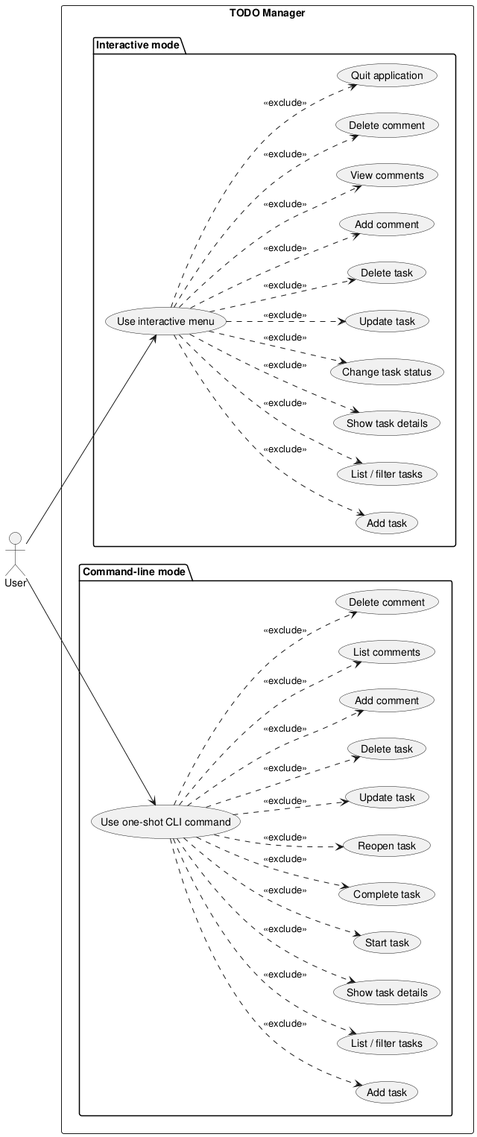
Earlier version of the PlantUML export experiments/supervisor_as_tools/test_driven/TODO/artifacts/use_case_diagram.png (DanielRiha8906/Software_autoevolution_using_agents).
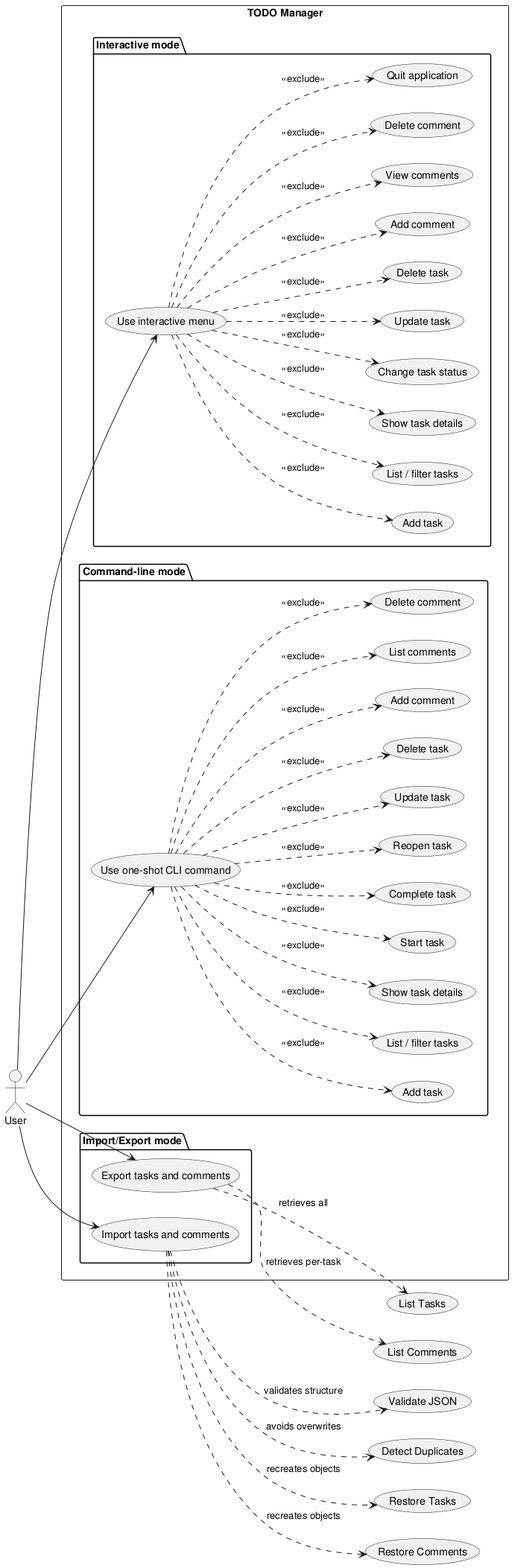
The same diagram one commit later.

The edit, as a diff of the source:
```diff
@@ -34,10 +34,17 @@
     usecase "List comments" as C_COMMENT_LIST
     usecase "Delete comment" as C_COMMENT_DEL
   }
+
+  package "Import/Export mode" {
+    usecase "Export tasks and comments" as C_EXPORT
+    usecase "Import tasks and comments" as C_IMPORT
+  }
 }
 
 User --> UI
 User --> CLI
+User --> C_EXPORT
+User --> C_IMPORT
 
 UI ..> I_ADD    : <<exclude>>
 UI ..> I_LIST   : <<exclude>>
@@ -62,4 +69,11 @@
 CLI ..> C_COMMENT_LIST : <<exclude>>
 CLI ..> C_COMMENT_DEL  : <<exclude>>
 
+C_EXPORT ..> (List Tasks) : retrieves all
+C_EXPORT ..> (List Comments) : retrieves per-task
+C_IMPORT ..> (Validate JSON) : validates structure
+C_IMPORT ..> (Detect Duplicates) : avoids overwrites
+C_IMPORT ..> (Restore Tasks) : recreates objects
+C_IMPORT ..> (Restore Comments) : recreates objects
+
 @enduml
```
